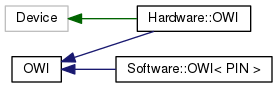
This is Arduino-OWI/inherit_graph_1.png from mikaelpatel/mikaelpatel.github.io, a Graphviz export, as it was before one commit. Its source is kept beside it as Arduino-OWI/inherit_graph_1.dot. Its diagram source:
```dot
digraph "Graphical Class Hierarchy"
{
  edge [fontname="Helvetica",fontsize="10",labelfontname="Helvetica",labelfontsize="10"];
  node [fontname="Helvetica",fontsize="10",shape=record];
  rankdir="LR";
  Node1 [label="OWI",height=0.2,width=0.4,color="black", fillcolor="white", style="filled",URL="$d7/d90/classOWI.html"];
  Node1 -> Node2 [dir="back",color="midnightblue",fontsize="10",style="solid",fontname="Helvetica"];
  Node2 [label="Hardware::OWI",height=0.2,width=0.4,color="black", fillcolor="white", style="filled",URL="$d3/d22/classHardware_1_1OWI.html"];
  Node1 -> Node3 [dir="back",color="midnightblue",fontsize="10",style="solid",fontname="Helvetica"];
  Node3 [label="Software::OWI\< PIN \>",height=0.2,width=0.4,color="black", fillcolor="white", style="filled",URL="$d0/de1/classSoftware_1_1OWI.html"];
  Node4 [label="Device",height=0.2,width=0.4,color="grey75", fillcolor="white", style="filled"];
  Node4 -> Node2 [dir="back",color="darkgreen",fontsize="10",style="solid",fontname="Helvetica"];
}
```
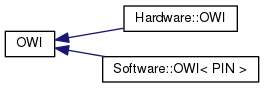
After the commit.

Change to the diagram source:
```diff
@@ -8,6 +8,4 @@
   Node2 [label="Hardware::OWI",height=0.2,width=0.4,color="black", fillcolor="white", style="filled",URL="$d3/d22/classHardware_1_1OWI.html"];
   Node1 -> Node3 [dir="back",color="midnightblue",fontsize="10",style="solid",fontname="Helvetica"];
   Node3 [label="Software::OWI\< PIN \>",height=0.2,width=0.4,color="black", fillcolor="white", style="filled",URL="$d0/de1/classSoftware_1_1OWI.html"];
-  Node4 [label="Device",height=0.2,width=0.4,color="grey75", fillcolor="white", style="filled"];
-  Node4 -> Node2 [dir="back",color="darkgreen",fontsize="10",style="solid",fontname="Helvetica"];
 }
```
